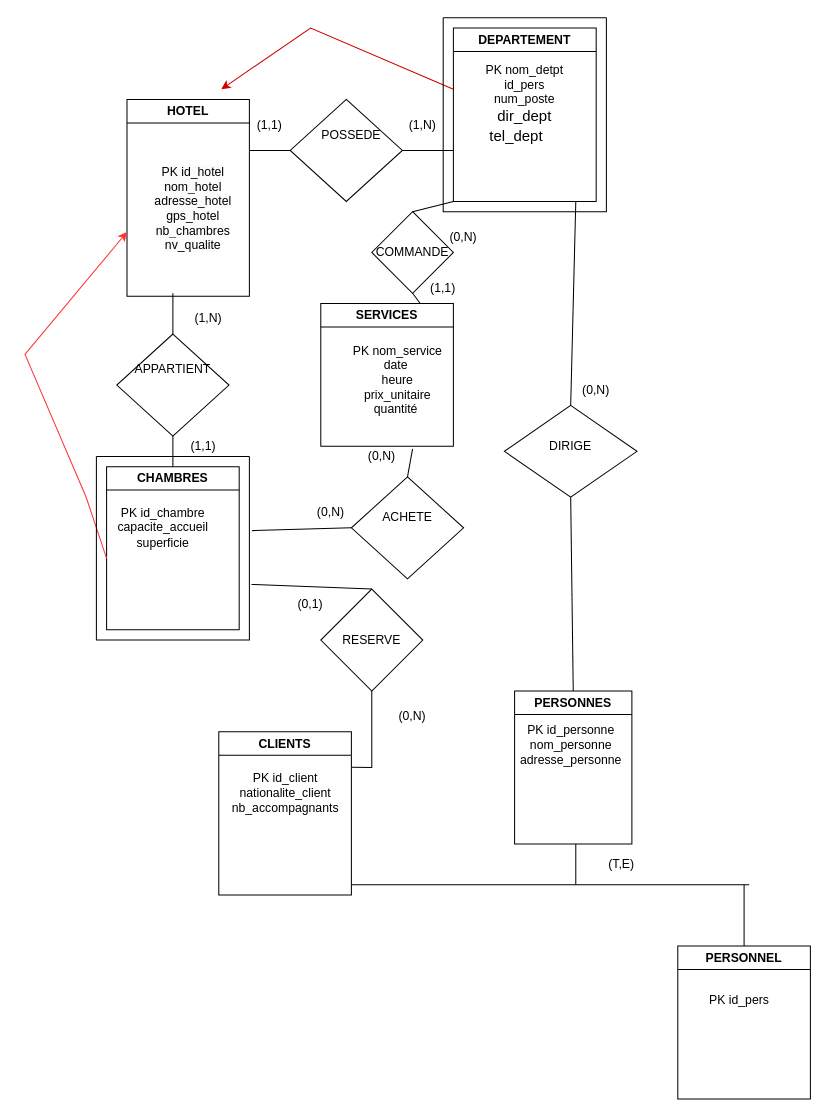
This is Diagramme sans nom.drawio from lenny-vergerolle/lennyverg, a draw.io file, before an edit. Source tidied: cells renumbered, new cells numbered last; positions are measured from the earlier drawing's top-left corner, leaving out a move shared by most shapes. Both pictures are drawn from the tidied source at 102%, with x=0, y=0 at pixel (24, 17).
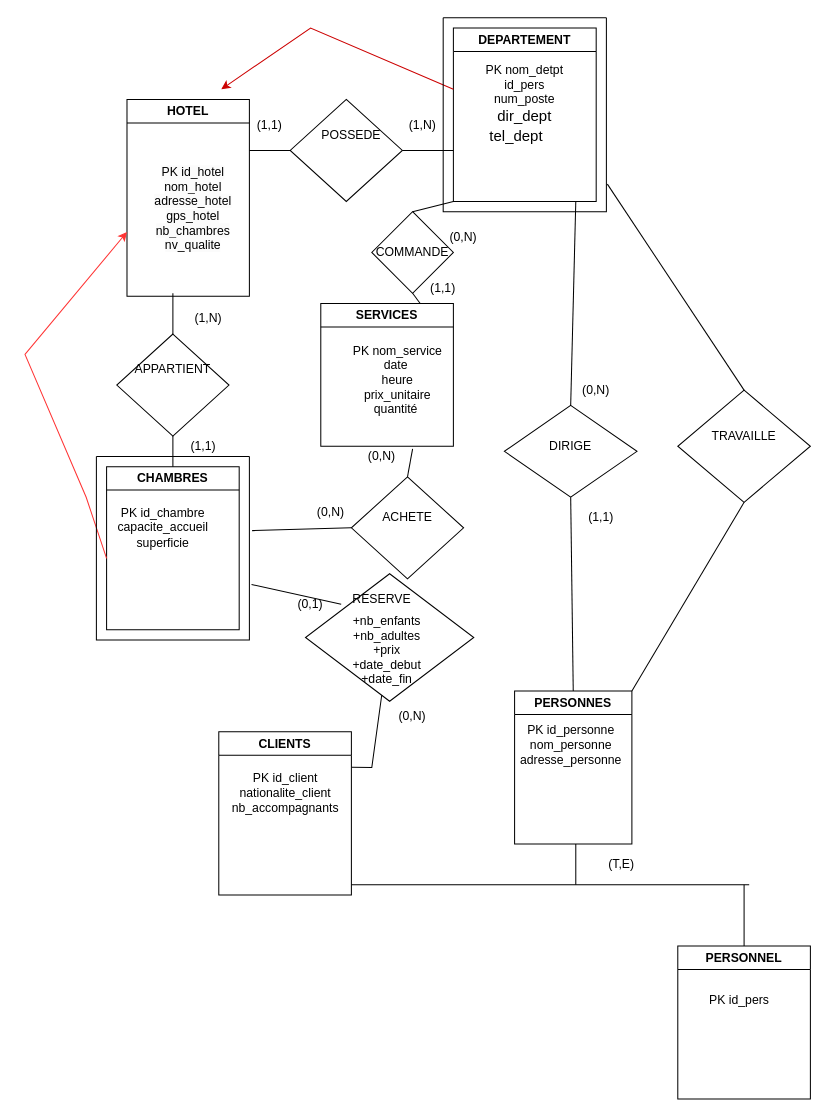
After the change.

Commit message (it also covers changes not shown here):
Mettre à jour Diagramme sans nom.drawio

Unchanged cells that the change refers to:
```xml
<mxCell id="8" value="PERSONNES" style="swimlane;whiteSpace=wrap;html=1;" parent="1" vertex="1">
  <mxGeometry x="480" y="660" width="115" height="150" as="geometry" />
</mxCell>
<mxCell id="38" style="swimlane;startSize=0;" parent="1" vertex="1">
  <mxGeometry x="70" y="430" width="150" height="180" as="geometry" />
</mxCell>
<mxCell id="40" style="swimlane;startSize=0;" parent="1" vertex="1">
  <mxGeometry x="410" width="160" height="190" as="geometry" />
</mxCell>
<mxCell id="52" value="(0,1)" style="text;html=1;strokeColor=none;fillColor=none;align=center;verticalAlign=middle;whiteSpace=wrap;rounded=0;" parent="1" vertex="1">
  <mxGeometry x="250" y="560" width="60" height="30" as="geometry" />
</mxCell>
```

Diff of the diagram source:
```diff
@@
     <mxCell id="43" style="rhombus;whiteSpace=wrap;html=1;" parent="1" vertex="1">
-      <mxGeometry x="290" y="560" width="100" height="100" as="geometry" />
+      <mxGeometry x="275" y="545" width="165" height="125" as="geometry" />
     </mxCell>
-    <mxCell id="44" value="RESERVE" style="text;html=1;strokeColor=none;fillColor=none;align=center;verticalAlign=middle;whiteSpace=wrap;rounded=0;" parent="1" vertex="1">
-      <mxGeometry x="310" y="595" width="60" height="30" as="geometry" />
+    <mxCell id="44" value="RESERVE&lt;br&gt;" style="text;html=1;strokeColor=none;fillColor=none;align=center;verticalAlign=middle;whiteSpace=wrap;rounded=0;" parent="1" vertex="1">
+      <mxGeometry x="320" y="550" width="60" height="40" as="geometry" />
     </mxCell>
@@
-    <mxCell id="46" style="endArrow=none;html=1;rounded=0;exitX=0.5;exitY=0;exitDx=0;exitDy=0;entryX=1.014;entryY=0.697;entryDx=0;entryDy=0;entryPerimeter=0;" parent="1" edge="1" source="43" target="38">
+    <mxCell id="46" style="endArrow=none;html=1;rounded=0;entryX=1.014;entryY=0.697;entryDx=0;entryDy=0;entryPerimeter=0;exitX=1;exitY=0.5;exitDx=0;exitDy=0;" parent="1" edge="1" source="52" target="38">
       <mxGeometry relative="1" as="geometry" />
     </mxCell>
@@
+    <mxCell id="58" value="+nb_enfants&lt;br&gt;+nb_adultes&lt;br&gt;+prix&lt;br&gt;+date_debut&lt;br&gt;+date_fin" style="text;html=1;strokeColor=none;fillColor=none;align=center;verticalAlign=middle;whiteSpace=wrap;rounded=0;" parent="1" vertex="1">
+      <mxGeometry x="335" y="600" width="40" height="40" as="geometry" />
+    </mxCell>
+    <mxCell id="59" style="rhombus;whiteSpace=wrap;html=1;" parent="1" vertex="1">
+      <mxGeometry x="640" y="365" width="130" height="110" as="geometry" />
+    </mxCell>
+    <mxCell id="60" style="endArrow=none;html=1;rounded=0;exitX=1;exitY=0;exitDx=0;exitDy=0;entryX=0.5;entryY=1;entryDx=0;entryDy=0;" parent="1" edge="1" source="8" target="59">
+      <mxGeometry relative="1" as="geometry" />
+    </mxCell>
+    <mxCell id="61" style="endArrow=none;html=1;rounded=0;entryX=0.5;entryY=0;entryDx=0;entryDy=0;exitX=1.006;exitY=0.858;exitDx=0;exitDy=0;exitPerimeter=0;" parent="1" edge="1" source="40" target="59">
+      <mxGeometry relative="1" as="geometry" />
+    </mxCell>
+    <mxCell id="62" value="TRAVAILLE" style="text;html=1;strokeColor=none;fillColor=none;align=center;verticalAlign=middle;whiteSpace=wrap;rounded=0;" parent="1" vertex="1">
+      <mxGeometry x="675" y="395" width="60" height="30" as="geometry" />
+    </mxCell>
+    <mxCell id="63" value="(1,1)" style="text;html=1;strokeColor=none;fillColor=none;align=center;verticalAlign=middle;whiteSpace=wrap;rounded=0;" parent="1" vertex="1">
+      <mxGeometry x="535" y="475" width="60" height="30" as="geometry" />
+    </mxCell>
```
